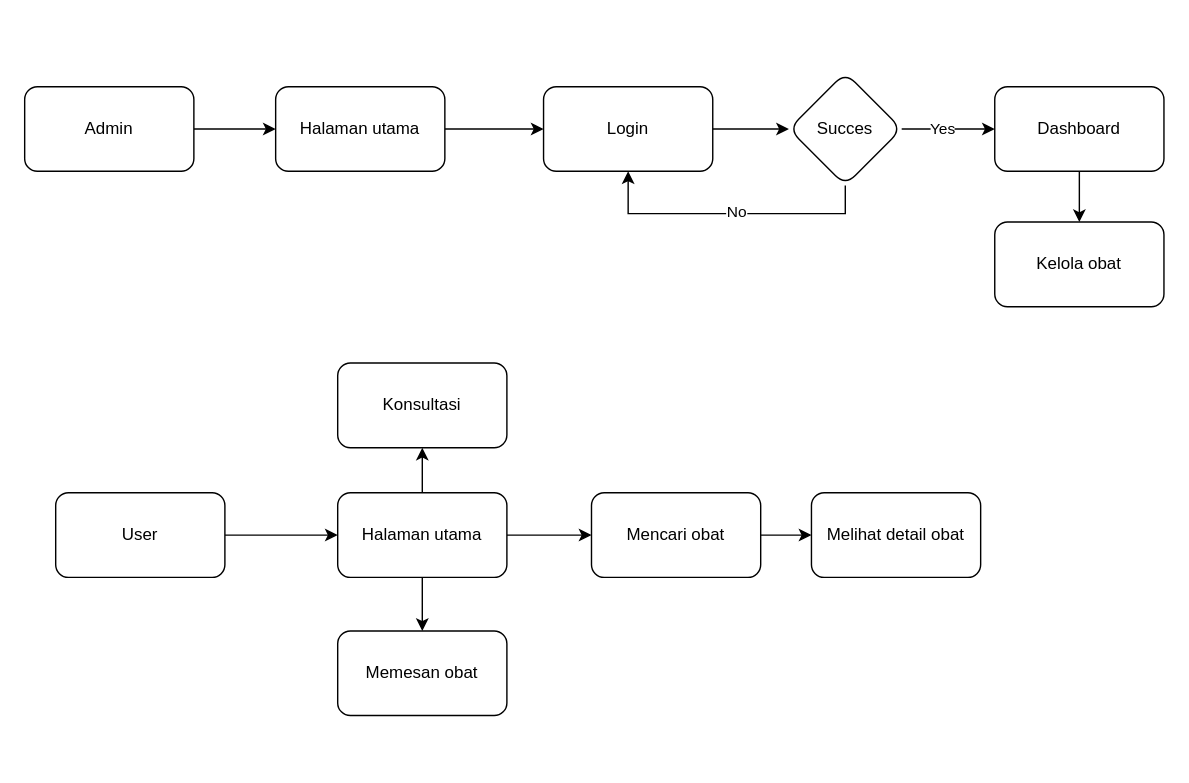
The draw.io diagram alur-apotek.drawio in reezyee/apotek, before the edit. Source tidied: cells renumbered, new cells numbered last; positions are measured from the earlier drawing's top-left corner, leaving out a move shared by most shapes. Both pictures are drawn from the tidied source at 141%, with x=0, y=0 at pixel (24, 72).
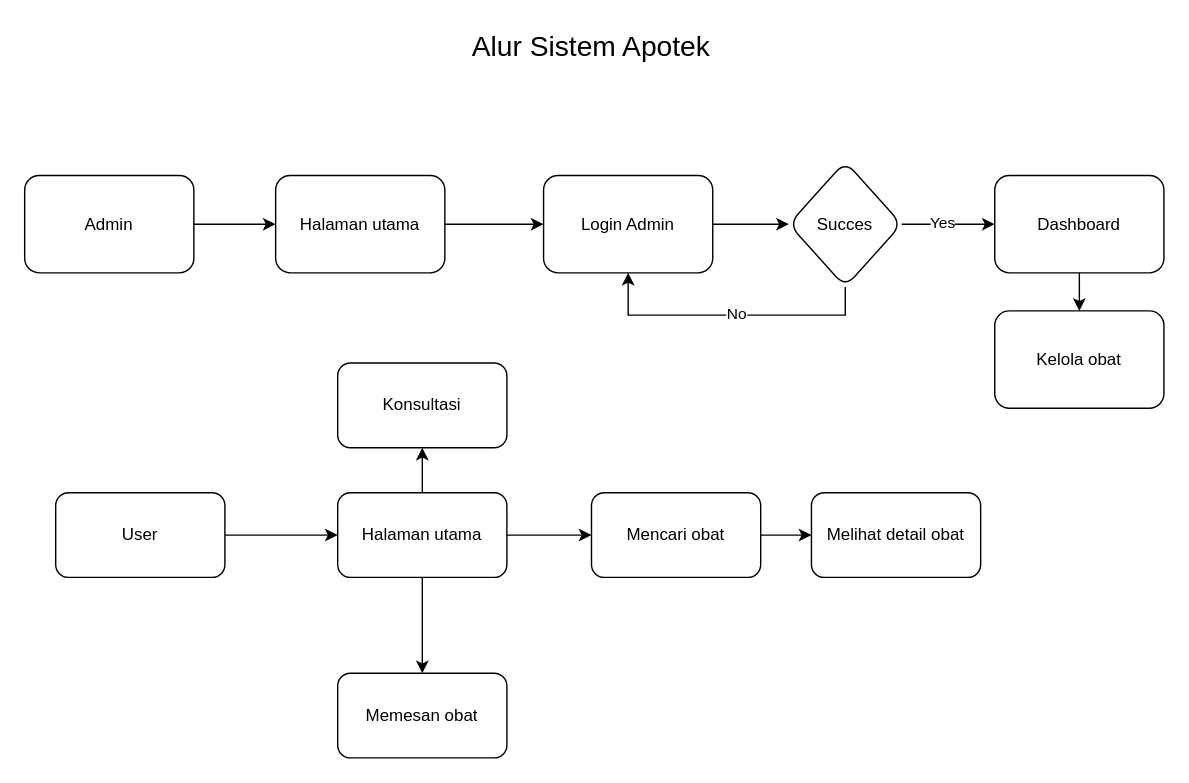
The same page after the edit.

Diff of the diagram source:
```diff
@@
     <mxCell id="3" value="Admin" style="rounded=1;whiteSpace=wrap;html=1;" parent="1" vertex="1">
-      <mxGeometry y="10" width="120" height="60" as="geometry" />
+      <mxGeometry y="73" width="120" height="69" as="geometry" />
     </mxCell>
@@
     <mxCell id="5" value="Halaman utama" style="rounded=1;whiteSpace=wrap;html=1;" parent="1" vertex="1">
-      <mxGeometry x="178" y="10" width="120" height="60" as="geometry" />
+      <mxGeometry x="178" y="73" width="120" height="69" as="geometry" />
     </mxCell>
@@
-    <mxCell id="7" value="Login" style="whiteSpace=wrap;html=1;rounded=1;" parent="1" vertex="1">
-      <mxGeometry x="368" y="10" width="120" height="60" as="geometry" />
+    <mxCell id="7" value="Login Admin" style="whiteSpace=wrap;html=1;rounded=1;" parent="1" vertex="1">
+      <mxGeometry x="368" y="73" width="120" height="69" as="geometry" />
     </mxCell>
@@
     <mxCell id="12" value="Succes" style="rhombus;whiteSpace=wrap;html=1;rounded=1;" parent="1" vertex="1">
-      <mxGeometry x="542" width="80" height="80" as="geometry" />
+      <mxGeometry x="542" y="63" width="80" height="89" as="geometry" />
     </mxCell>
@@
     <mxCell id="14" value="Dashboard" style="whiteSpace=wrap;html=1;rounded=1;" parent="1" vertex="1">
-      <mxGeometry x="688" y="10" width="120" height="60" as="geometry" />
+      <mxGeometry x="688" y="73" width="120" height="69" as="geometry" />
     </mxCell>
     <mxCell id="15" value="Kelola obat" style="rounded=1;whiteSpace=wrap;html=1;" parent="1" vertex="1">
-      <mxGeometry x="688" y="106" width="120" height="60" as="geometry" />
+      <mxGeometry x="688" y="169" width="120" height="69" as="geometry" />
     </mxCell>
@@
     <mxCell id="24" value="Memesan obat" style="rounded=1;whiteSpace=wrap;html=1;" parent="1" vertex="1">
-      <mxGeometry x="222" y="396" width="120" height="60" as="geometry" />
+      <mxGeometry x="222" y="426" width="120" height="60" as="geometry" />
     </mxCell>
@@
+    <mxCell id="27" value="Alur Sistem Apotek" style="text;html=1;align=center;verticalAlign=middle;whiteSpace=wrap;rounded=0;fontSize=20;" parent="1" vertex="1">
+      <mxGeometry x="299" y="-34" width="206" height="30" as="geometry" />
+    </mxCell>
```
